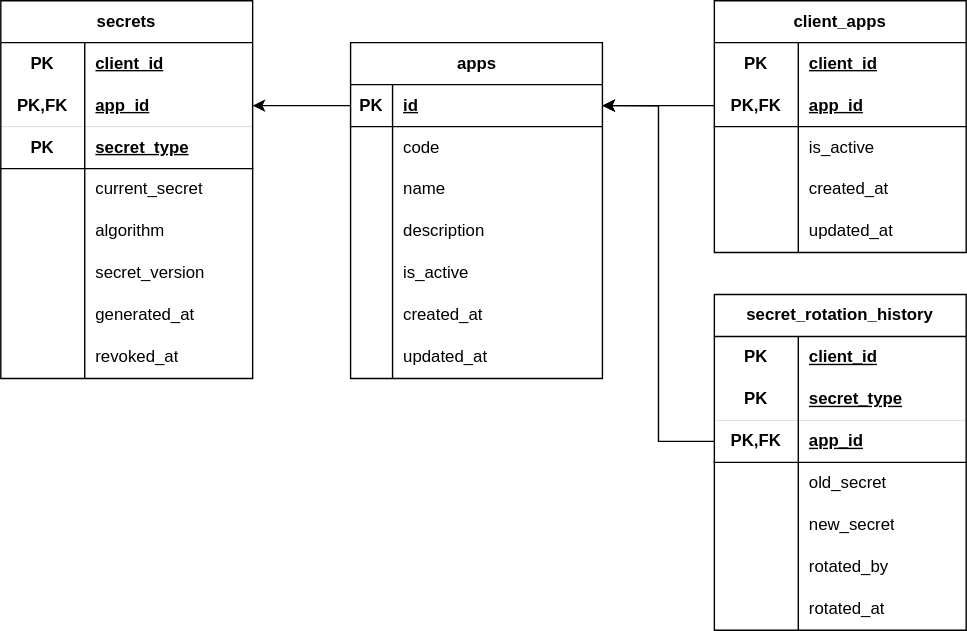
The draw.io diagram docs/backend/apps/apps_service.svg in Alexander-Mandzhiev/sh_sms, before a commit. Source tidied: cells renumbered, new cells last; positions are measured from the earlier drawing's top-left corner, leaving out a move shared by most shapes.
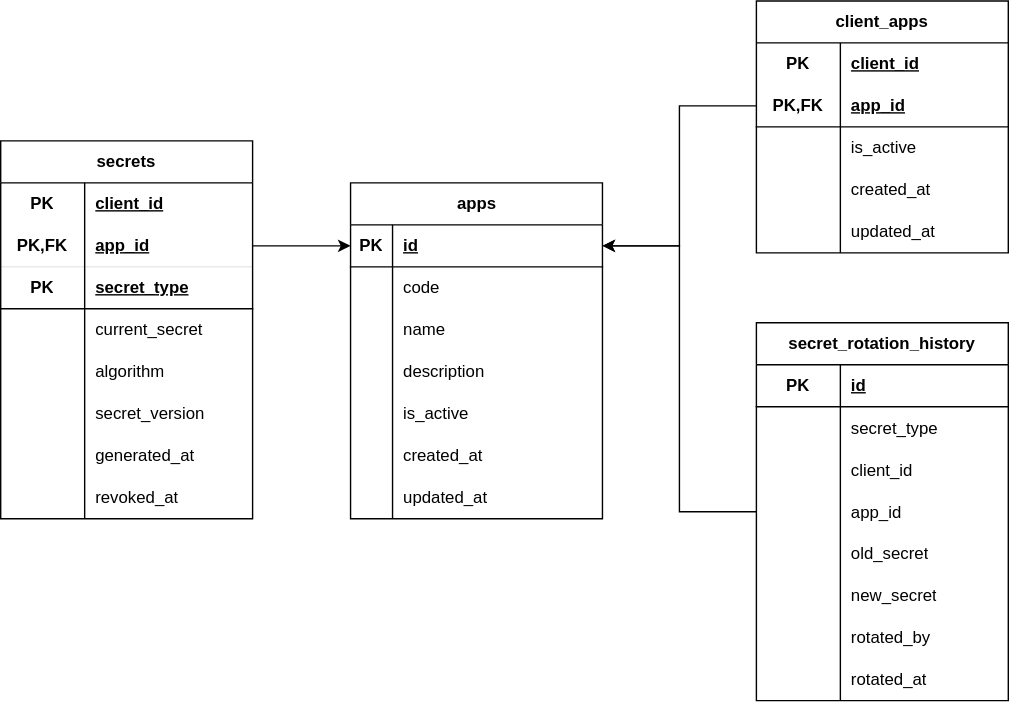
The same file after the commit.

The edit, as a diff of the source:
```diff
@@ -3,7 +3,7 @@
     <mxCell id="0" />
     <mxCell id="1" parent="0" />
     <mxCell id="2" value="client_apps" style="shape=table;startSize=30;rowLines=0;fontStyle=1;align=center;html=1;whiteSpace=wrap;" parent="1" vertex="1">
-      <mxGeometry x="510" width="180" height="180" as="geometry" />
+      <mxGeometry x="640" y="-60" width="180" height="180" as="geometry" />
     </mxCell>
     <mxCell id="3" style="shape=tableRow;horizontal=0;startSize=0;swimlaneHead=0;swimlaneBody=0;fillColor=none;top=0;left=0;right=0;bottom=0;html=1;" parent="2" vertex="1">
       <mxGeometry y="30" width="180" height="30" as="geometry" />
@@ -51,7 +51,7 @@
       <mxGeometry x="60" width="120" height="30" as="geometry" />
     </mxCell>
     <mxCell id="18" value="apps" style="shape=table;startSize=30;rowLines=0;fontStyle=1;align=center;html=1;" parent="1" vertex="1">
-      <mxGeometry x="250" y="30" width="180" height="240" as="geometry" />
+      <mxGeometry x="350" y="70" width="180" height="240" as="geometry" />
     </mxCell>
     <mxCell id="19" style="shape=tableRow;horizontal=0;startSize=0;swimlaneHead=0;swimlaneBody=0;fillColor=none;points=[[0,0.5],[1,0.5]];portConstraint=eastwest;top=0;left=0;right=0;bottom=1;" parent="18" vertex="1">
       <mxGeometry y="30" width="180" height="30" as="geometry" />
@@ -120,7 +120,7 @@
       <mxGeometry relative="1" as="geometry" />
     </mxCell>
     <mxCell id="41" value="secrets" style="shape=table;startSize=30;rowLines=0;fontStyle=1;align=center;html=1;whiteSpace=wrap;" parent="1" vertex="1">
-      <mxGeometry width="180" height="270" as="geometry" />
+      <mxGeometry x="100" y="40" width="180" height="270" as="geometry" />
     </mxCell>
     <mxCell id="42" style="shape=tableRow;horizontal=0;startSize=0;swimlaneHead=0;swimlaneBody=0;fillColor=none;top=0;left=0;right=0;bottom=0;html=1;" parent="41" vertex="1">
       <mxGeometry y="30" width="180" height="30" as="geometry" />
@@ -194,41 +194,47 @@
     <mxCell id="65" value="revoked_at" style="shape=partialRectangle;fillColor=none;top=0;left=0;bottom=0;right=0;align=left;spacingLeft=6;fontStyle=0;overflow=hidden;whiteSpace=wrap;html=1;" parent="63" vertex="1">
       <mxGeometry x="60" width="120" height="30" as="geometry" />
     </mxCell>
-    <mxCell id="66" style="edgeStyle=orthogonalEdgeStyle;rounded=0;jettySize=auto;html=1;" parent="1" edge="1" source="19" target="45">
-      <mxGeometry relative="1" as="geometry" />
-    </mxCell>
     <mxCell id="67" value="secret_rotation_history" style="shape=table;startSize=30;rowLines=0;fontStyle=1;align=center;html=1;whiteSpace=wrap;" parent="1" vertex="1">
-      <mxGeometry x="510" y="210" width="180" height="240" as="geometry" />
+      <mxGeometry x="640" y="170" width="180" height="270" as="geometry" />
     </mxCell>
-    <mxCell id="68" style="shape=tableRow;horizontal=0;startSize=0;swimlaneHead=0;swimlaneBody=0;fillColor=none;top=0;left=0;right=0;bottom=0;html=1;" parent="67" vertex="1">
-      <mxGeometry y="30" width="180" height="30" as="geometry" />
-    </mxCell>
-    <mxCell id="69" value="PK" style="shape=partialRectangle;fillColor=none;top=0;left=0;bottom=0;right=0;fontStyle=1;overflow=hidden;html=1;whiteSpace=wrap;" parent="68" vertex="1">
-      <mxGeometry width="60" height="30" as="geometry" />
-    </mxCell>
+    <mxCell id="90" style="shape=tableRow;horizontal=0;startSize=0;swimlaneHead=0;swimlaneBody=0;fillColor=none;top=0;left=0;right=0;bottom=1;" parent="67" vertex="1">
+      <mxGeometry y="30" width="180" height="30" as="geometry" />
+    </mxCell>
+    <mxCell id="91" value="PK" style="shape=partialRectangle;fillColor=none;top=0;left=0;bottom=0;right=0;fontStyle=1;overflow=hidden;whiteSpace=wrap;html=1;" parent="90" vertex="1">
+      <mxGeometry width="60" height="30" as="geometry" />
+    </mxCell>
+    <mxCell id="92" value="id" style="shape=partialRectangle;fillColor=none;top=0;left=0;bottom=0;right=0;align=left;spacingLeft=6;fontStyle=5;overflow=hidden;whiteSpace=wrap;html=1;" parent="90" vertex="1">
+      <mxGeometry x="60" width="120" height="30" as="geometry" />
+    </mxCell>
+    <mxCell id="93" style="shape=tableRow;horizontal=0;startSize=0;swimlaneHead=0;swimlaneBody=0;fillColor=none;top=0;left=0;right=0;bottom=0;" parent="67" vertex="1">
+      <mxGeometry y="60" width="180" height="30" as="geometry" />
+    </mxCell>
+    <mxCell id="94" style="shape=partialRectangle;fillColor=none;top=0;left=0;bottom=0;right=0;overflow=hidden;" parent="93" vertex="1">
+      <mxGeometry width="60" height="30" as="geometry" />
+    </mxCell>
+    <mxCell id="73" value="secret_type" style="shape=partialRectangle;fillColor=none;top=0;left=0;bottom=0;right=0;align=left;spacingLeft=6;overflow=hidden;" parent="93" vertex="1">
+      <mxGeometry x="60" width="120" height="30" as="geometry" />
+    </mxCell>
+    <mxCell id="95" style="shape=tableRow;horizontal=0;startSize=0;swimlaneHead=0;swimlaneBody=0;fillColor=none;top=0;left=0;right=0;bottom=0;" parent="67" vertex="1">
+      <mxGeometry y="90" width="180" height="30" as="geometry" />
+    </mxCell>
+    <mxCell id="96" style="shape=partialRectangle;fillColor=none;top=0;left=0;bottom=0;right=0;overflow=hidden;" parent="95" vertex="1">
+      <mxGeometry width="60" height="30" as="geometry" />
+    </mxCell>
-    <mxCell id="70" value="client_id" style="shape=partialRectangle;fillColor=none;top=0;left=0;bottom=0;right=0;align=left;spacingLeft=6;fontStyle=5;overflow=hidden;html=1;whiteSpace=wrap;" parent="68" vertex="1">
+    <mxCell id="70" value="client_id" style="shape=partialRectangle;fillColor=none;top=0;left=0;bottom=0;right=0;align=left;spacingLeft=6;overflow=hidden;" parent="95" vertex="1">
       <mxGeometry x="60" width="120" height="30" as="geometry" />
     </mxCell>
-    <mxCell id="71" style="shape=tableRow;horizontal=0;startSize=0;swimlaneHead=0;swimlaneBody=0;fillColor=none;top=0;left=0;right=0;bottom=1;strokeWidth=0;" parent="67" vertex="1">
-      <mxGeometry y="60" width="180" height="30" as="geometry" />
-    </mxCell>
-    <mxCell id="72" value="PK" style="shape=partialRectangle;fillColor=none;top=0;left=0;bottom=0;right=0;fontStyle=1;overflow=hidden;whiteSpace=wrap;html=1;strokeWidth=0;" parent="71" vertex="1">
-      <mxGeometry width="60" height="30" as="geometry" />
-    </mxCell>
-    <mxCell id="73" value="secret_type" style="shape=partialRectangle;fillColor=none;top=0;left=0;bottom=0;right=0;align=left;spacingLeft=6;fontStyle=5;overflow=hidden;whiteSpace=wrap;html=1;strokeWidth=0;" parent="71" vertex="1">
-      <mxGeometry x="60" width="120" height="30" as="geometry" />
-    </mxCell>
-    <mxCell id="74" style="shape=tableRow;horizontal=0;startSize=0;swimlaneHead=0;swimlaneBody=0;fillColor=none;points=[[0,0.5],[1,0.5]];portConstraint=eastwest;top=0;left=0;right=0;bottom=1;html=1;" parent="67" vertex="1">
-      <mxGeometry y="90" width="180" height="30" as="geometry" />
-    </mxCell>
-    <mxCell id="75" value="PK,FK" style="shape=partialRectangle;fillColor=none;top=0;left=0;bottom=0;right=0;fontStyle=1;overflow=hidden;html=1;whiteSpace=wrap;" parent="74" vertex="1">
-      <mxGeometry width="60" height="30" as="geometry" />
-    </mxCell>
+    <mxCell id="97" style="shape=tableRow;horizontal=0;startSize=0;swimlaneHead=0;swimlaneBody=0;fillColor=none;points=[[0,0.5],[1,0.5]];portConstraint=eastwest;top=0;left=0;right=0;bottom=0;" parent="67" vertex="1">
+      <mxGeometry y="120" width="180" height="30" as="geometry" />
+    </mxCell>
+    <mxCell id="98" style="shape=partialRectangle;fillColor=none;top=0;left=0;bottom=0;right=0;overflow=hidden;" parent="97" vertex="1">
+      <mxGeometry width="60" height="30" as="geometry" />
+    </mxCell>
-    <mxCell id="76" value="app_id" style="shape=partialRectangle;fillColor=none;top=0;left=0;bottom=0;right=0;align=left;spacingLeft=6;fontStyle=5;overflow=hidden;html=1;whiteSpace=wrap;" parent="74" vertex="1">
+    <mxCell id="76" value="app_id" style="shape=partialRectangle;fillColor=none;top=0;left=0;bottom=0;right=0;align=left;spacingLeft=6;overflow=hidden;" parent="97" vertex="1">
       <mxGeometry x="60" width="120" height="30" as="geometry" />
     </mxCell>
     <mxCell id="77" style="shape=tableRow;horizontal=0;startSize=0;swimlaneHead=0;swimlaneBody=0;fillColor=none;top=0;left=0;right=0;bottom=0;html=1;" parent="67" vertex="1">
-      <mxGeometry y="120" width="180" height="30" as="geometry" />
+      <mxGeometry y="150" width="180" height="30" as="geometry" />
     </mxCell>
     <mxCell id="78" style="shape=partialRectangle;fillColor=none;top=0;left=0;bottom=0;right=0;overflow=hidden;html=1;whiteSpace=wrap;" parent="77" vertex="1">
       <mxGeometry width="60" height="30" as="geometry" />
@@ -237,7 +243,7 @@
       <mxGeometry x="60" width="120" height="30" as="geometry" />
     </mxCell>
     <mxCell id="80" style="shape=tableRow;horizontal=0;startSize=0;swimlaneHead=0;swimlaneBody=0;fillColor=none;top=0;left=0;right=0;bottom=0;html=1;" parent="67" vertex="1">
-      <mxGeometry y="150" width="180" height="30" as="geometry" />
+      <mxGeometry y="180" width="180" height="30" as="geometry" />
     </mxCell>
     <mxCell id="81" style="shape=partialRectangle;fillColor=none;top=0;left=0;bottom=0;right=0;overflow=hidden;html=1;whiteSpace=wrap;" parent="80" vertex="1">
       <mxGeometry width="60" height="30" as="geometry" />
@@ -246,7 +252,7 @@
       <mxGeometry x="60" width="120" height="30" as="geometry" />
     </mxCell>
     <mxCell id="83" style="shape=tableRow;horizontal=0;startSize=0;swimlaneHead=0;swimlaneBody=0;fillColor=none;top=0;left=0;right=0;bottom=0;" parent="67" vertex="1">
-      <mxGeometry y="180" width="180" height="30" as="geometry" />
+      <mxGeometry y="210" width="180" height="30" as="geometry" />
     </mxCell>
     <mxCell id="84" style="shape=partialRectangle;fillColor=none;top=0;left=0;bottom=0;right=0;fontStyle=0;overflow=hidden;whiteSpace=wrap;html=1;" parent="83" vertex="1">
       <mxGeometry width="60" height="30" as="geometry" />
@@ -255,7 +261,7 @@
       <mxGeometry x="60" width="120" height="30" as="geometry" />
     </mxCell>
     <mxCell id="86" style="shape=tableRow;horizontal=0;startSize=0;swimlaneHead=0;swimlaneBody=0;fillColor=none;top=0;left=0;right=0;bottom=0;" parent="67" vertex="1">
-      <mxGeometry y="210" width="180" height="30" as="geometry" />
+      <mxGeometry y="240" width="180" height="30" as="geometry" />
     </mxCell>
     <mxCell id="87" style="shape=partialRectangle;fillColor=none;top=0;left=0;bottom=0;right=0;fontStyle=0;overflow=hidden;whiteSpace=wrap;html=1;" parent="86" vertex="1">
       <mxGeometry width="60" height="30" as="geometry" />
@@ -263,8 +269,11 @@
     <mxCell id="88" value="rotated_at" style="shape=partialRectangle;fillColor=none;top=0;left=0;bottom=0;right=0;align=left;spacingLeft=6;fontStyle=0;overflow=hidden;whiteSpace=wrap;html=1;" parent="86" vertex="1">
       <mxGeometry x="60" width="120" height="30" as="geometry" />
     </mxCell>
-    <mxCell id="89" style="edgeStyle=orthogonalEdgeStyle;rounded=0;jettySize=auto;html=1;entryX=1;entryY=0.5;entryDx=0;entryDy=0;" parent="1" edge="1" source="74" target="19">
-      <mxGeometry relative="1" as="geometry" />
-    </mxCell>
+    <mxCell id="99" style="edgeStyle=orthogonalEdgeStyle;rounded=0;jettySize=auto;html=1;entryX=1;entryY=0.5;entryDx=0;entryDy=0;" parent="1" edge="1" source="97" target="19">
+      <mxGeometry relative="1" as="geometry" />
+    </mxCell>
+    <mxCell id="100" style="edgeStyle=orthogonalEdgeStyle;rounded=0;jettySize=auto;html=1;entryX=0;entryY=0.5;entryDx=0;entryDy=0;" parent="1" edge="1" source="45" target="19">
+      <mxGeometry relative="1" as="geometry" />
+    </mxCell>
   </root>
 </mxGraphModel>
```
